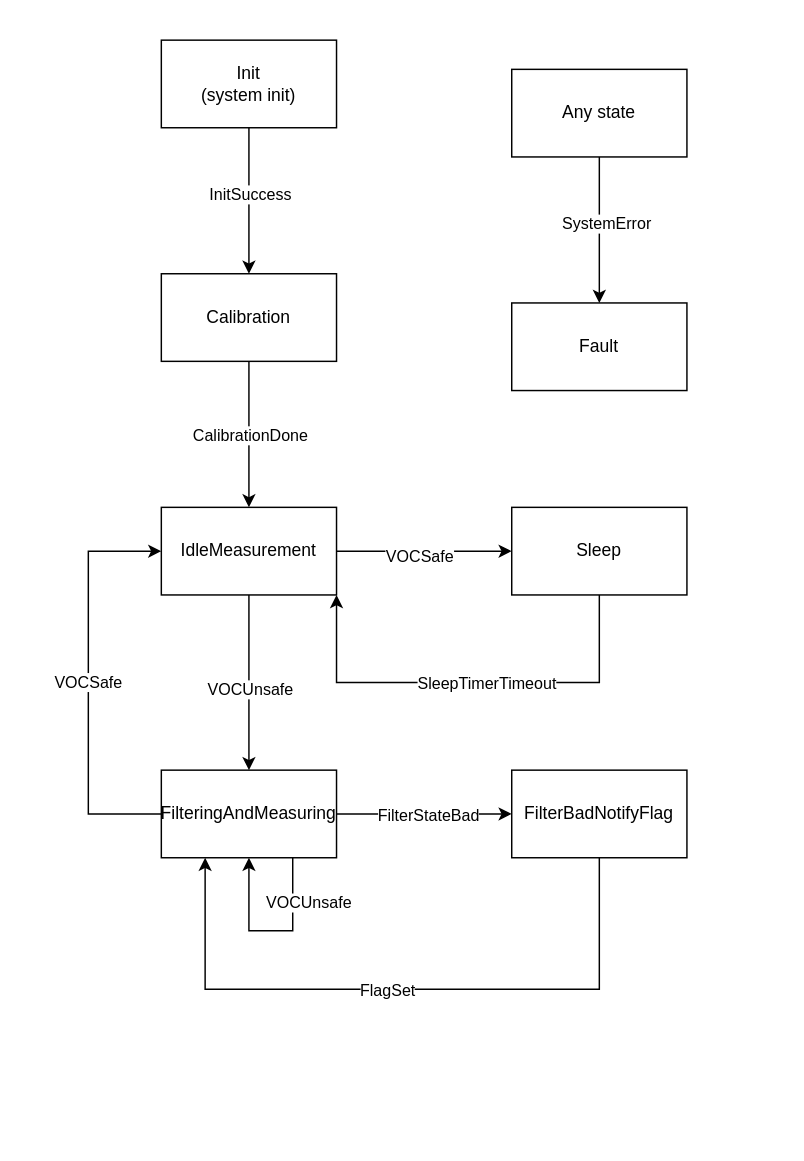
Above: Docs/SystemStateMachine.drawio in Soki324/URS_Seminar (draw.io), before the change. Source tidied: cells renumbered, new cells numbered last; positions are measured from the earlier drawing's top-left corner, leaving out a move shared by most shapes. Both pictures are drawn from the tidied source at 146%, with x=0, y=0 at pixel (88, 39).
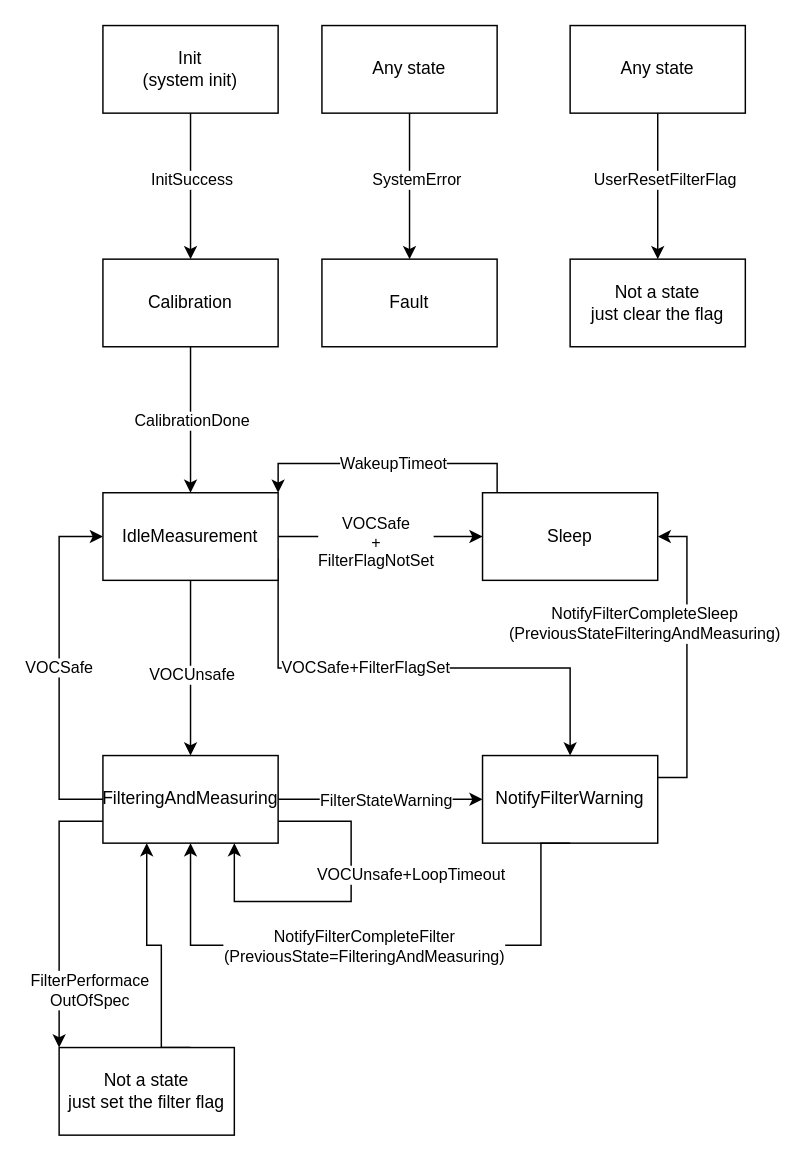
The same page after the edit.

Commit message (it also covers changes not shown here):
wip: add voc threshold values. update state machine and fix aht functio names

Unchanged cells that the change refers to:
```xml
<mxCell id="12" style="edgeStyle=orthogonalEdgeStyle;rounded=0;jettySize=auto;html=1;" parent="1" edge="1" source="16" target="19">
  <mxGeometry relative="1" as="geometry" />
</mxCell>
<mxCell id="22" style="edgeStyle=orthogonalEdgeStyle;rounded=0;jettySize=auto;html=1;exitX=1;exitY=0.5;exitDx=0;exitDy=0;entryX=0;entryY=0.5;entryDx=0;entryDy=0;" parent="1" edge="1" source="24" target="29">
  <mxGeometry relative="1" as="geometry" />
</mxCell>
```

What changed in the source:
```diff
@@
     <mxCell id="4" value="&lt;div&gt;Init&lt;/div&gt;&lt;div&gt;(system init)&lt;/div&gt;" style="rounded=0;whiteSpace=wrap;html=1;" parent="1" vertex="1">
-      <mxGeometry x="50" width="120" height="60" as="geometry" />
+      <mxGeometry x="10" y="-10" width="120" height="60" as="geometry" />
     </mxCell>
@@
     <mxCell id="7" value="Calibration" style="rounded=0;whiteSpace=wrap;html=1;" parent="1" vertex="1">
-      <mxGeometry x="50" y="160" width="120" height="60" as="geometry" />
+      <mxGeometry x="10" y="150" width="120" height="60" as="geometry" />
     </mxCell>
@@
     <mxCell id="10" value="Any state" style="rounded=0;whiteSpace=wrap;html=1;" parent="1" vertex="1">
-      <mxGeometry x="290" y="20" width="120" height="60" as="geometry" />
+      <mxGeometry x="160" y="-10" width="120" height="60" as="geometry" />
     </mxCell>
     <mxCell id="11" value="Fault" style="rounded=0;whiteSpace=wrap;html=1;" parent="1" vertex="1">
-      <mxGeometry x="290" y="180" width="120" height="60" as="geometry" />
+      <mxGeometry x="160" y="150" width="120" height="60" as="geometry" />
     </mxCell>
@@
-    <mxCell id="13" value="VOCSafe" style="edgeLabel;html=1;align=center;verticalAlign=middle;" parent="12" vertex="1">
+    <mxCell id="13" value="&lt;div&gt;VOCSafe&lt;/div&gt;&lt;div&gt;+&lt;/div&gt;&lt;div&gt;FilterFlagNotSet&lt;/div&gt;" style="edgeLabel;html=1;align=center;verticalAlign=middle;" parent="12" vertex="1">
       <mxGeometry x="-0.06" y="-3" relative="1" as="geometry" />
     </mxCell>
@@
+    <mxCell id="30" style="edgeStyle=orthogonalEdgeStyle;rounded=0;jettySize=auto;html=1;exitX=1;exitY=0.75;exitDx=0;exitDy=0;entryX=0.5;entryY=0;entryDx=0;entryDy=0;" parent="1" edge="1" source="16" target="29">
+      <mxGeometry relative="1" as="geometry">
+        <Array as="points">
+          <mxPoint x="130" y="430" />
+          <mxPoint x="330" y="430" />
+        </Array>
+      </mxGeometry>
+    </mxCell>
+    <mxCell id="31" value="VOCSafe+FilterFlagSet" style="edgeLabel;html=1;align=center;verticalAlign=middle;" parent="30" vertex="1">
+      <mxGeometry x="-0.2" y="1" relative="1" as="geometry" />
+    </mxCell>
     <mxCell id="16" value="IdleMeasurement" style="rounded=0;whiteSpace=wrap;html=1;" parent="1" vertex="1">
-      <mxGeometry x="50" y="320" width="120" height="60" as="geometry" />
+      <mxGeometry x="10" y="310" width="120" height="60" as="geometry" />
     </mxCell>
-    <mxCell id="17" style="edgeStyle=orthogonalEdgeStyle;rounded=0;jettySize=auto;html=1;exitX=0.5;exitY=1;exitDx=0;exitDy=0;entryX=1;entryY=1;entryDx=0;entryDy=0;" parent="1" edge="1" source="19" target="16">
+    <mxCell id="17" style="edgeStyle=orthogonalEdgeStyle;rounded=0;jettySize=auto;html=1;exitX=0.25;exitY=0;exitDx=0;exitDy=0;entryX=1;entryY=0;entryDx=0;entryDy=0;" parent="1" edge="1" source="19" target="16">
       <mxGeometry relative="1" as="geometry">
         <Array as="points">
-          <mxPoint x="350" y="440" />
-          <mxPoint x="170" y="440" />
+          <mxPoint x="280" y="290" />
+          <mxPoint x="130" y="290" />
         </Array>
       </mxGeometry>
     </mxCell>
-    <mxCell id="18" value="SleepTimerTimeout" style="edgeLabel;html=1;align=center;verticalAlign=middle;" parent="17" vertex="1">
-      <mxGeometry x="-0.08" relative="1" as="geometry" />
-    </mxCell>
+    <mxCell id="32" value="WakeupTimeot" style="edgeLabel;html=1;align=center;verticalAlign=middle;" parent="17" vertex="1">
+      <mxGeometry x="0.27" y="-1" relative="1" as="geometry">
+        <mxPoint x="21" as="offset" />
+      </mxGeometry>
+    </mxCell>
     <mxCell id="19" value="Sleep" style="rounded=0;whiteSpace=wrap;html=1;" parent="1" vertex="1">
-      <mxGeometry x="290" y="320" width="120" height="60" as="geometry" />
+      <mxGeometry x="270" y="310" width="120" height="60" as="geometry" />
     </mxCell>
     <mxCell id="20" style="edgeStyle=orthogonalEdgeStyle;rounded=0;jettySize=auto;html=1;exitX=0;exitY=0.5;exitDx=0;exitDy=0;entryX=0;entryY=0.5;entryDx=0;entryDy=0;" parent="1" edge="1" source="24" target="16">
       <mxGeometry relative="1" as="geometry">
         <Array as="points">
-          <mxPoint y="530" />
-          <mxPoint y="350" />
+          <mxPoint x="-20" y="520" />
+          <mxPoint x="-20" y="340" />
         </Array>
       </mxGeometry>
     </mxCell>
@@
-    <mxCell id="23" value="FilterStateBad" style="edgeLabel;html=1;align=center;verticalAlign=middle;" parent="22" vertex="1">
+    <mxCell id="23" value="FilterStateWarning" style="edgeLabel;html=1;align=center;verticalAlign=middle;" parent="22" vertex="1">
       <mxGeometry x="0.04" relative="1" as="geometry" />
     </mxCell>
+    <mxCell id="33" style="edgeStyle=orthogonalEdgeStyle;rounded=0;jettySize=auto;html=1;exitX=0;exitY=0.75;exitDx=0;exitDy=0;entryX=0;entryY=0;entryDx=0;entryDy=0;" parent="1" edge="1" source="24" target="39">
+      <mxGeometry relative="1" as="geometry" />
+    </mxCell>
+    <mxCell id="34" value="&lt;div&gt;FilterPerformace&lt;/div&gt;&lt;div&gt;OutOfSpec&lt;/div&gt;" style="edgeLabel;html=1;align=center;verticalAlign=middle;" parent="33" vertex="1">
+      <mxGeometry x="0.05" relative="1" as="geometry">
+        <mxPoint x="20" y="48" as="offset" />
+      </mxGeometry>
+    </mxCell>
     <mxCell id="24" value="FilteringAndMeasuring" style="rounded=0;whiteSpace=wrap;html=1;" parent="1" vertex="1">
-      <mxGeometry x="50" y="500" width="120" height="60" as="geometry" />
+      <mxGeometry x="10" y="490" width="120" height="60" as="geometry" />
     </mxCell>
-    <mxCell id="25" style="edgeStyle=orthogonalEdgeStyle;rounded=0;orthogonalLoop=1;jettySize=auto;html=1;exitX=0.75;exitY=1;exitDx=0;exitDy=0;entryX=0.5;entryY=1;entryDx=0;entryDy=0;" parent="1" edge="1" source="24" target="24">
+    <mxCell id="25" style="edgeStyle=orthogonalEdgeStyle;rounded=0;jettySize=auto;html=1;exitX=1;exitY=0.75;exitDx=0;exitDy=0;" parent="1" edge="1" source="24">
       <mxGeometry relative="1" as="geometry">
+        <mxPoint x="100" y="550" as="targetPoint" />
         <Array as="points">
-          <mxPoint x="140" y="610" />
-          <mxPoint x="110" y="610" />
+          <mxPoint x="180" y="535" />
+          <mxPoint x="180" y="590" />
+          <mxPoint x="100" y="590" />
         </Array>
       </mxGeometry>
     </mxCell>
-    <mxCell id="26" value="VOCUnsafe" style="edgeLabel;html=1;align=center;verticalAlign=middle;" parent="25" vertex="1">
+    <mxCell id="26" value="VOCUnsafe+LoopTimeout" style="edgeLabel;html=1;align=center;verticalAlign=middle;" parent="25" vertex="1">
       <mxGeometry x="-0.17" relative="1" as="geometry">
-        <mxPoint x="14" y="-20" as="offset" />
+        <mxPoint x="40" y="-7" as="offset" />
       </mxGeometry>
     </mxCell>
+    <mxCell id="35" style="edgeStyle=orthogonalEdgeStyle;rounded=0;jettySize=auto;html=1;exitX=1;exitY=0.25;exitDx=0;exitDy=0;entryX=1;entryY=0.5;entryDx=0;entryDy=0;" parent="1" edge="1" source="29" target="19">
+      <mxGeometry relative="1" as="geometry" />
+    </mxCell>
+    <mxCell id="36" value="&lt;div&gt;NotifyFilterCompleteSleep&lt;/div&gt;&lt;div&gt;(PreviousStateFilteringAndMeasuring)&lt;/div&gt;" style="edgeLabel;html=1;align=center;verticalAlign=middle;" parent="35" vertex="1">
+      <mxGeometry x="0.19" relative="1" as="geometry">
+        <mxPoint x="-30" y="-4" as="offset" />
+      </mxGeometry>
+    </mxCell>
+    <mxCell id="29" value="NotifyFilterWarning" style="rounded=0;whiteSpace=wrap;html=1;" parent="1" vertex="1">
+      <mxGeometry x="270" y="490" width="120" height="60" as="geometry" />
+    </mxCell>
-    <mxCell id="27" style="edgeStyle=orthogonalEdgeStyle;rounded=0;jettySize=auto;html=1;exitX=0.5;exitY=1;exitDx=0;exitDy=0;entryX=0.25;entryY=1;entryDx=0;entryDy=0;" parent="1" edge="1" source="29" target="24">
+    <mxCell id="27" style="edgeStyle=orthogonalEdgeStyle;rounded=0;jettySize=auto;html=1;exitX=0.5;exitY=1;exitDx=0;exitDy=0;entryX=0.5;entryY=1;entryDx=0;entryDy=0;" parent="1" edge="1" source="29" target="24">
       <mxGeometry relative="1" as="geometry">
         <Array as="points">
-          <mxPoint x="350" y="650" />
-          <mxPoint x="80" y="650" />
+          <mxPoint x="310" y="620" />
+          <mxPoint x="70" y="620" />
         </Array>
       </mxGeometry>
     </mxCell>
-    <mxCell id="28" value="FlagSet" style="edgeLabel;html=1;align=center;verticalAlign=middle;" parent="27" vertex="1">
-      <mxGeometry x="0.05" relative="1" as="geometry" />
-    </mxCell>
-    <mxCell id="29" value="FilterBadNotifyFlag" style="rounded=0;whiteSpace=wrap;html=1;" parent="1" vertex="1">
-      <mxGeometry x="290" y="500" width="120" height="60" as="geometry" />
-    </mxCell>
+    <mxCell id="37" value="&lt;div&gt;NotifyFilterCompleteFilter&lt;/div&gt;&lt;div&gt;(PreviousState=FilteringAndMeasuring)&lt;/div&gt;" style="edgeLabel;html=1;align=center;verticalAlign=middle;" parent="27" vertex="1">
+      <mxGeometry x="0.11" relative="1" as="geometry">
+        <mxPoint x="10" as="offset" />
+      </mxGeometry>
+    </mxCell>
+    <mxCell id="38" style="edgeStyle=orthogonalEdgeStyle;rounded=0;jettySize=auto;html=1;exitX=0.75;exitY=0;exitDx=0;exitDy=0;entryX=0.25;entryY=1;entryDx=0;entryDy=0;" parent="1" edge="1" source="39" target="24">
+      <mxGeometry relative="1" as="geometry">
+        <Array as="points">
+          <mxPoint x="50" y="690" />
+          <mxPoint x="50" y="620" />
+          <mxPoint x="40" y="620" />
+        </Array>
+      </mxGeometry>
+    </mxCell>
+    <mxCell id="39" value="&lt;div&gt;Not a state&lt;/div&gt;&lt;div&gt;just set the filter flag&lt;/div&gt;" style="rounded=0;whiteSpace=wrap;html=1;" parent="1" vertex="1">
+      <mxGeometry x="-20" y="690" width="120" height="60" as="geometry" />
+    </mxCell>
+    <mxCell id="40" style="edgeStyle=orthogonalEdgeStyle;rounded=0;jettySize=auto;html=1;" parent="1" edge="1" source="42" target="43">
+      <mxGeometry relative="1" as="geometry" />
+    </mxCell>
+    <mxCell id="41" value="UserResetFilterFlag" style="edgeLabel;html=1;align=center;verticalAlign=middle;" parent="40" vertex="1">
+      <mxGeometry x="-0.11" y="4" relative="1" as="geometry" />
+    </mxCell>
+    <mxCell id="42" value="Any state" style="rounded=0;whiteSpace=wrap;html=1;" parent="1" vertex="1">
+      <mxGeometry x="330" y="-10" width="120" height="60" as="geometry" />
+    </mxCell>
+    <mxCell id="43" value="&lt;div&gt;Not a state&lt;/div&gt;&lt;div&gt;just clear the flag&lt;/div&gt;" style="rounded=0;whiteSpace=wrap;html=1;" parent="1" vertex="1">
+      <mxGeometry x="330" y="150" width="120" height="60" as="geometry" />
+    </mxCell>
```
